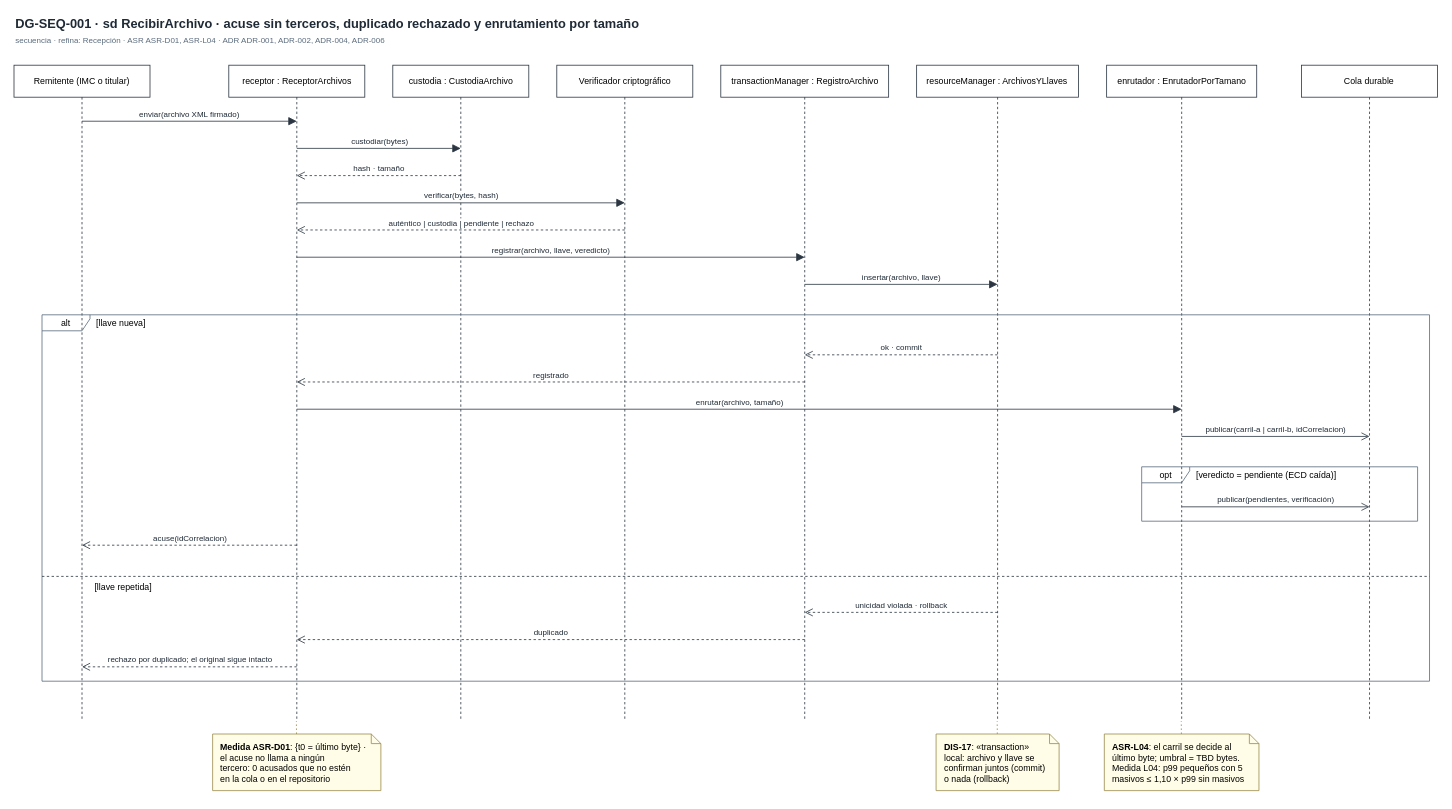
Above: page "DG-SEQ-001 · Recepción (secuencia interna)" (2 of 4) of docs/modelos/drawio/vista-concurrencia.drawio in MATI-MBIT/arqsoft-reto-4 (draw.io), before the change. Source tidied: cells renumbered, new cells numbered last; positions are measured from the earlier drawing's top-left corner, leaving out a move shared by most shapes. Both pictures are drawn from the tidied source at 80%, with x=0, y=0 at pixel (14, 14).
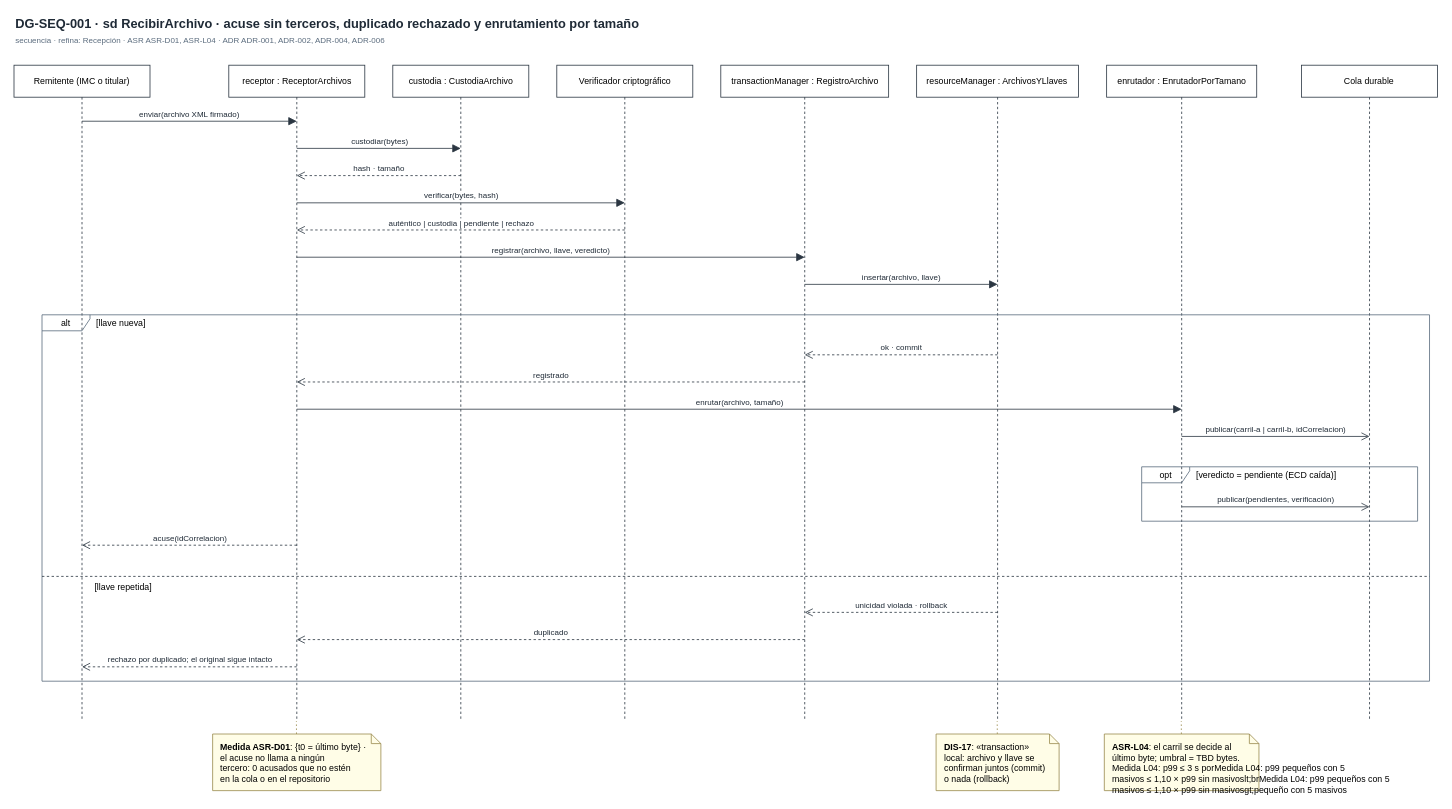
The same page after the edit.

Commit message (it also covers changes not shown here):
L04: medida directa p99 ≤ 3 s por archivo pequeño con 5 masivos

The edit, as a diff of the source:
```diff
@@
-    <mxCell id="38" value="&lt;b&gt;ASR-L04&lt;/b&gt;: el carril se decide al&lt;br&gt;último byte; umbral = TBD bytes.&lt;br&gt;Medida L04: p99 pequeños con 5&lt;br&gt;masivos ≤ 1,10 × p99 sin masivos" style="shape=note;html=1;size=12;fontSize=11;align=left;verticalAlign=top;spacingLeft=8;spacingRight=14;spacingTop=4;fillColor=#FFFDE7;strokeColor=#9A8B4F;fila=C11;" parent="1" vertex="1">
+    <mxCell id="38" value="&lt;b&gt;ASR-L04&lt;/b&gt;: el carril se decide al&lt;br&gt;último byte; umbral = TBD bytes.&lt;br&gt;Medida L04: p99 ≤ 3 s porMedida L04: p99 pequeños con 5&lt;br&gt;masivos ≤ 1,10 × p99 sin masivoslt;brMedida L04: p99 pequeños con 5&lt;br&gt;masivos ≤ 1,10 × p99 sin masivosgt;pequeño con 5 masivos" style="shape=note;html=1;size=12;fontSize=11;align=left;verticalAlign=top;spacingLeft=8;spacingRight=14;spacingTop=4;fillColor=#FFFDE7;strokeColor=#9A8B4F;fila=C11;" parent="1" vertex="1">
       <mxGeometry x="1362.9" y="900" width="193.3" height="70.8" as="geometry" />
     </mxCell>
```
